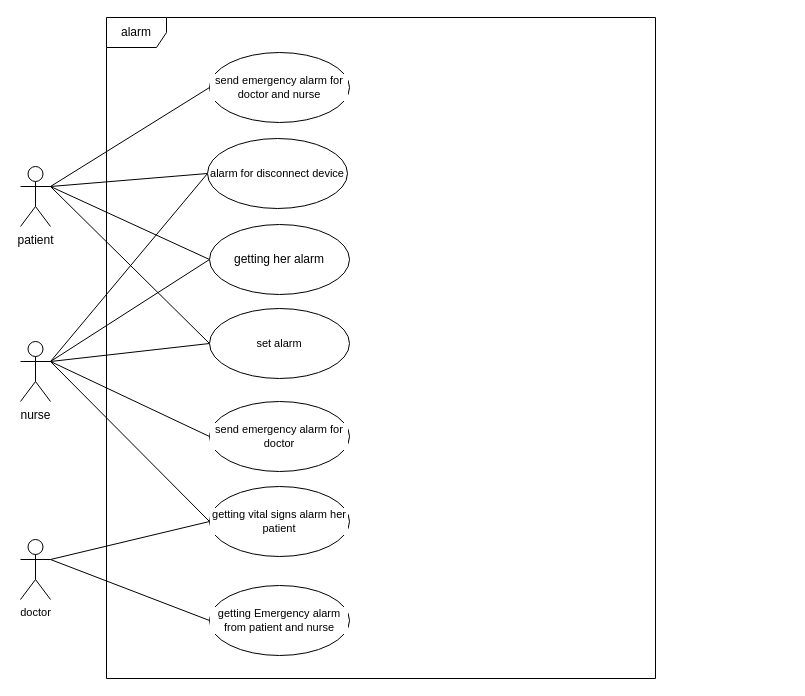
Above: USECASE/alarm.drawio in SalehAskari/telemedicine (draw.io), before the change. Source tidied: cells renumbered, new cells numbered last; positions are measured from the earlier drawing's top-left corner, leaving out a move shared by most shapes. Both pictures are drawn from the tidied source at 100%, with x=0, y=0 at pixel (20, 17).
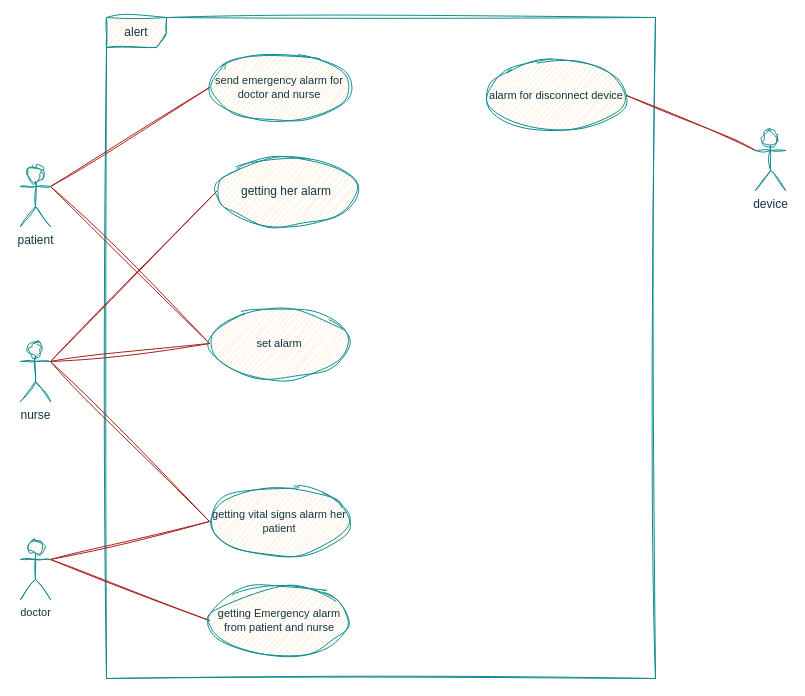
The same diagram, later.

What changed in the source:
```diff
@@
-    <mxCell id="2" value="alarm" style="shape=umlFrame;whiteSpace=wrap;html=1;" parent="1" vertex="1">
+    <mxCell id="2" value="alert" style="shape=umlFrame;whiteSpace=wrap;html=1;labelBackgroundColor=none;fillColor=#FAE5C7;strokeColor=#0F8B8D;fontColor=#143642;sketch=1;curveFitting=1;jiggle=2;" parent="1" vertex="1">
       <mxGeometry x="86" width="549" height="661" as="geometry" />
     </mxCell>
-    <mxCell id="3" style="edgeStyle=none;shape=connector;rounded=0;jettySize=auto;html=1;exitX=1;exitY=0.3333333333333333;exitDx=0;exitDy=0;exitPerimeter=0;entryX=0;entryY=0.5;entryDx=0;entryDy=0;strokeColor=default;align=center;verticalAlign=middle;fontFamily=Helvetica;fontSize=11;fontColor=default;labelBackgroundColor=default;startFill=0;endArrow=none;" parent="1" edge="1" source="8" target="14">
+    <mxCell id="3" style="edgeStyle=none;shape=connector;rounded=0;jettySize=auto;html=1;exitX=1;exitY=0.3333333333333333;exitDx=0;exitDy=0;exitPerimeter=0;entryX=0;entryY=0.5;entryDx=0;entryDy=0;strokeColor=#A8201A;align=center;verticalAlign=middle;fontFamily=Helvetica;fontSize=11;fontColor=default;labelBackgroundColor=none;startFill=0;endArrow=none;sketch=1;curveFitting=1;jiggle=2;" parent="1" edge="1" source="8" target="14">
       <mxGeometry relative="1" as="geometry" />
     </mxCell>
-    <mxCell id="4" style="edgeStyle=none;shape=connector;rounded=0;jettySize=auto;html=1;exitX=1;exitY=0.3333333333333333;exitDx=0;exitDy=0;exitPerimeter=0;entryX=0;entryY=0.5;entryDx=0;entryDy=0;strokeColor=default;align=center;verticalAlign=middle;fontFamily=Helvetica;fontSize=11;fontColor=default;labelBackgroundColor=default;startFill=0;endArrow=none;" parent="1" edge="1" source="8" target="15">
+    <mxCell id="4" style="edgeStyle=none;shape=connector;rounded=0;jettySize=auto;html=1;exitX=1;exitY=0.3333333333333333;exitDx=0;exitDy=0;exitPerimeter=0;entryX=0;entryY=0.5;entryDx=0;entryDy=0;strokeColor=#A8201A;align=center;verticalAlign=middle;fontFamily=Helvetica;fontSize=11;fontColor=default;labelBackgroundColor=none;startFill=0;endArrow=none;sketch=1;curveFitting=1;jiggle=2;" parent="1" edge="1" source="8" target="15">
       <mxGeometry relative="1" as="geometry" />
     </mxCell>
-    <mxCell id="5" style="edgeStyle=none;shape=connector;rounded=0;jettySize=auto;html=1;exitX=1;exitY=0.3333333333333333;exitDx=0;exitDy=0;exitPerimeter=0;entryX=0;entryY=0.5;entryDx=0;entryDy=0;strokeColor=default;align=center;verticalAlign=middle;fontFamily=Helvetica;fontSize=11;fontColor=default;labelBackgroundColor=default;startFill=0;endArrow=none;" parent="1" edge="1" source="8" target="21">
-      <mxGeometry relative="1" as="geometry" />
-    </mxCell>
-    <mxCell id="6" style="edgeStyle=none;shape=connector;rounded=0;jettySize=auto;html=1;exitX=1;exitY=0.3333333333333333;exitDx=0;exitDy=0;exitPerimeter=0;entryX=0;entryY=0.5;entryDx=0;entryDy=0;strokeColor=default;align=center;verticalAlign=middle;fontFamily=Helvetica;fontSize=11;fontColor=default;labelBackgroundColor=default;startFill=0;endArrow=none;" parent="1" edge="1" source="8" target="19">
+    <mxCell id="6" style="edgeStyle=none;shape=connector;rounded=0;jettySize=auto;html=1;exitX=1;exitY=0.3333333333333333;exitDx=0;exitDy=0;exitPerimeter=0;entryX=0;entryY=0.5;entryDx=0;entryDy=0;strokeColor=#A8201A;align=center;verticalAlign=middle;fontFamily=Helvetica;fontSize=11;fontColor=default;labelBackgroundColor=none;startFill=0;endArrow=none;sketch=1;curveFitting=1;jiggle=2;" parent="1" edge="1" source="8" target="19">
       <mxGeometry relative="1" as="geometry" />
     </mxCell>
-    <mxCell id="7" style="edgeStyle=none;shape=connector;rounded=0;jettySize=auto;html=1;exitX=1;exitY=0.3333333333333333;exitDx=0;exitDy=0;exitPerimeter=0;entryX=0;entryY=0.5;entryDx=0;entryDy=0;strokeColor=default;align=center;verticalAlign=middle;fontFamily=Helvetica;fontSize=11;fontColor=default;labelBackgroundColor=default;startFill=0;endArrow=none;" parent="1" edge="1" source="8" target="23">
-      <mxGeometry relative="1" as="geometry" />
-    </mxCell>
-    <mxCell id="8" value="nurse" style="shape=umlActor;verticalLabelPosition=bottom;verticalAlign=top;html=1;" parent="1" vertex="1">
+    <mxCell id="8" value="nurse" style="shape=umlActor;verticalLabelPosition=bottom;verticalAlign=top;html=1;labelBackgroundColor=none;fillColor=#FAE5C7;strokeColor=#0F8B8D;fontColor=#143642;sketch=1;curveFitting=1;jiggle=2;" parent="1" vertex="1">
       <mxGeometry y="324" width="30" height="60" as="geometry" />
     </mxCell>
-    <mxCell id="9" style="rounded=0;jettySize=auto;html=1;exitX=1;exitY=0.3333333333333333;exitDx=0;exitDy=0;exitPerimeter=0;entryX=0;entryY=0.5;entryDx=0;entryDy=0;endArrow=none;startFill=0;" parent="1" edge="1" source="13" target="14">
-      <mxGeometry relative="1" as="geometry" />
-    </mxCell>
-    <mxCell id="10" style="edgeStyle=none;shape=connector;rounded=0;jettySize=auto;html=1;exitX=1;exitY=0.3333333333333333;exitDx=0;exitDy=0;exitPerimeter=0;entryX=0;entryY=0.5;entryDx=0;entryDy=0;strokeColor=default;align=center;verticalAlign=middle;fontFamily=Helvetica;fontSize=11;fontColor=default;labelBackgroundColor=default;startFill=0;endArrow=none;" parent="1" edge="1" source="13" target="15">
+    <mxCell id="10" style="edgeStyle=none;shape=connector;rounded=0;jettySize=auto;html=1;exitX=1;exitY=0.3333333333333333;exitDx=0;exitDy=0;exitPerimeter=0;entryX=0;entryY=0.5;entryDx=0;entryDy=0;strokeColor=#A8201A;align=center;verticalAlign=middle;fontFamily=Helvetica;fontSize=11;fontColor=default;labelBackgroundColor=none;startFill=0;endArrow=none;sketch=1;curveFitting=1;jiggle=2;" parent="1" edge="1" source="13" target="15">
       <mxGeometry relative="1" as="geometry" />
     </mxCell>
-    <mxCell id="11" style="edgeStyle=none;shape=connector;rounded=0;jettySize=auto;html=1;exitX=1;exitY=0.3333333333333333;exitDx=0;exitDy=0;exitPerimeter=0;entryX=0;entryY=0.5;entryDx=0;entryDy=0;strokeColor=default;align=center;verticalAlign=middle;fontFamily=Helvetica;fontSize=11;fontColor=default;labelBackgroundColor=default;startFill=0;endArrow=none;" parent="1" edge="1" source="13" target="22">
+    <mxCell id="11" style="edgeStyle=none;shape=connector;rounded=0;jettySize=auto;html=1;exitX=1;exitY=0.3333333333333333;exitDx=0;exitDy=0;exitPerimeter=0;entryX=0;entryY=0.5;entryDx=0;entryDy=0;strokeColor=#A8201A;align=center;verticalAlign=middle;fontFamily=Helvetica;fontSize=11;fontColor=default;labelBackgroundColor=none;startFill=0;endArrow=none;sketch=1;curveFitting=1;jiggle=2;" parent="1" edge="1" source="13" target="22">
       <mxGeometry relative="1" as="geometry" />
     </mxCell>
-    <mxCell id="12" style="edgeStyle=none;shape=connector;rounded=0;jettySize=auto;html=1;exitX=1;exitY=0.3333333333333333;exitDx=0;exitDy=0;exitPerimeter=0;entryX=0;entryY=0.5;entryDx=0;entryDy=0;strokeColor=default;align=center;verticalAlign=middle;fontFamily=Helvetica;fontSize=11;fontColor=default;labelBackgroundColor=default;startFill=0;endArrow=none;" parent="1" edge="1" source="13" target="23">
-      <mxGeometry relative="1" as="geometry" />
-    </mxCell>
-    <mxCell id="13" value="patient" style="shape=umlActor;verticalLabelPosition=bottom;verticalAlign=top;html=1;" parent="1" vertex="1">
+    <mxCell id="13" value="patient" style="shape=umlActor;verticalLabelPosition=bottom;verticalAlign=top;html=1;labelBackgroundColor=none;fillColor=#FAE5C7;strokeColor=#0F8B8D;fontColor=#143642;sketch=1;curveFitting=1;jiggle=2;" parent="1" vertex="1">
       <mxGeometry y="149" width="30" height="60" as="geometry" />
     </mxCell>
-    <mxCell id="14" value="getting her alarm" style="ellipse;whiteSpace=wrap;html=1;" parent="1" vertex="1">
-      <mxGeometry x="189" y="207" width="140" height="70" as="geometry" />
+    <mxCell id="14" value="getting her alarm" style="ellipse;whiteSpace=wrap;html=1;labelBackgroundColor=none;fillColor=#FAE5C7;strokeColor=#0F8B8D;fontColor=#143642;sketch=1;curveFitting=1;jiggle=2;" parent="1" vertex="1">
+      <mxGeometry x="196" y="139" width="140" height="70" as="geometry" />
     </mxCell>
-    <mxCell id="15" value="set alarm" style="ellipse;whiteSpace=wrap;html=1;fontFamily=Helvetica;fontSize=11;fontColor=default;labelBackgroundColor=default;" parent="1" vertex="1">
+    <mxCell id="15" value="set alarm" style="ellipse;whiteSpace=wrap;html=1;fontFamily=Helvetica;fontSize=11;fontColor=#143642;labelBackgroundColor=none;fillColor=#FAE5C7;strokeColor=#0F8B8D;sketch=1;curveFitting=1;jiggle=2;" parent="1" vertex="1">
       <mxGeometry x="189" y="291" width="140" height="70" as="geometry" />
     </mxCell>
-    <mxCell id="16" style="edgeStyle=none;shape=connector;rounded=0;jettySize=auto;html=1;exitX=1;exitY=0.3333333333333333;exitDx=0;exitDy=0;exitPerimeter=0;entryX=0;entryY=0.5;entryDx=0;entryDy=0;strokeColor=default;align=center;verticalAlign=middle;fontFamily=Helvetica;fontSize=11;fontColor=default;labelBackgroundColor=default;startFill=0;endArrow=none;" parent="1" edge="1" source="18" target="19">
+    <mxCell id="16" style="edgeStyle=none;shape=connector;rounded=0;jettySize=auto;html=1;exitX=1;exitY=0.3333333333333333;exitDx=0;exitDy=0;exitPerimeter=0;entryX=0;entryY=0.5;entryDx=0;entryDy=0;strokeColor=#A8201A;align=center;verticalAlign=middle;fontFamily=Helvetica;fontSize=11;fontColor=default;labelBackgroundColor=none;startFill=0;endArrow=none;sketch=1;curveFitting=1;jiggle=2;" parent="1" edge="1" source="18" target="19">
       <mxGeometry relative="1" as="geometry" />
     </mxCell>
-    <mxCell id="17" style="edgeStyle=none;shape=connector;rounded=0;jettySize=auto;html=1;exitX=1;exitY=0.3333333333333333;exitDx=0;exitDy=0;exitPerimeter=0;entryX=0;entryY=0.5;entryDx=0;entryDy=0;strokeColor=default;align=center;verticalAlign=middle;fontFamily=Helvetica;fontSize=11;fontColor=default;labelBackgroundColor=default;startFill=0;endArrow=none;" parent="1" edge="1" source="18" target="20">
+    <mxCell id="17" style="edgeStyle=none;shape=connector;rounded=0;jettySize=auto;html=1;exitX=1;exitY=0.3333333333333333;exitDx=0;exitDy=0;exitPerimeter=0;entryX=0;entryY=0.5;entryDx=0;entryDy=0;strokeColor=#A8201A;align=center;verticalAlign=middle;fontFamily=Helvetica;fontSize=11;fontColor=default;labelBackgroundColor=none;startFill=0;endArrow=none;sketch=1;curveFitting=1;jiggle=2;" parent="1" edge="1" source="18" target="20">
       <mxGeometry relative="1" as="geometry" />
     </mxCell>
-    <mxCell id="18" value="doctor" style="shape=umlActor;verticalLabelPosition=bottom;verticalAlign=top;html=1;fontFamily=Helvetica;fontSize=11;fontColor=default;labelBackgroundColor=default;" parent="1" vertex="1">
+    <mxCell id="18" value="doctor" style="shape=umlActor;verticalLabelPosition=bottom;verticalAlign=top;html=1;fontFamily=Helvetica;fontSize=11;fontColor=#143642;labelBackgroundColor=none;fillColor=#FAE5C7;strokeColor=#0F8B8D;sketch=1;curveFitting=1;jiggle=2;" parent="1" vertex="1">
       <mxGeometry y="522" width="30" height="60" as="geometry" />
     </mxCell>
-    <mxCell id="19" value="getting vital signs alarm her patient" style="ellipse;whiteSpace=wrap;html=1;fontFamily=Helvetica;fontSize=11;fontColor=default;labelBackgroundColor=default;" parent="1" vertex="1">
+    <mxCell id="19" value="getting vital signs alarm her patient" style="ellipse;whiteSpace=wrap;html=1;fontFamily=Helvetica;fontSize=11;fontColor=#143642;labelBackgroundColor=none;fillColor=#FAE5C7;strokeColor=#0F8B8D;sketch=1;curveFitting=1;jiggle=2;" parent="1" vertex="1">
       <mxGeometry x="189" y="469" width="140" height="70" as="geometry" />
     </mxCell>
-    <mxCell id="20" value="getting&amp;nbsp;Emergency alarm from patient and nurse" style="ellipse;whiteSpace=wrap;html=1;fontFamily=Helvetica;fontSize=11;fontColor=default;labelBackgroundColor=default;" parent="1" vertex="1">
+    <mxCell id="20" value="getting&amp;nbsp;Emergency alarm from patient and nurse" style="ellipse;whiteSpace=wrap;html=1;fontFamily=Helvetica;fontSize=11;fontColor=#143642;labelBackgroundColor=none;fillColor=#FAE5C7;strokeColor=#0F8B8D;sketch=1;curveFitting=1;jiggle=2;" parent="1" vertex="1">
       <mxGeometry x="189" y="568" width="140" height="70" as="geometry" />
     </mxCell>
-    <mxCell id="21" value="send emergency alarm for doctor" style="ellipse;whiteSpace=wrap;html=1;fontFamily=Helvetica;fontSize=11;fontColor=default;labelBackgroundColor=default;" parent="1" vertex="1">
-      <mxGeometry x="189" y="384" width="140" height="70" as="geometry" />
-    </mxCell>
-    <mxCell id="22" value="send emergency alarm for doctor and nurse" style="ellipse;whiteSpace=wrap;html=1;fontFamily=Helvetica;fontSize=11;fontColor=default;labelBackgroundColor=default;" parent="1" vertex="1">
+    <mxCell id="22" value="send emergency alarm for doctor and nurse" style="ellipse;whiteSpace=wrap;html=1;fontFamily=Helvetica;fontSize=11;fontColor=#143642;labelBackgroundColor=none;fillColor=#FAE5C7;strokeColor=#0F8B8D;sketch=1;curveFitting=1;jiggle=2;" parent="1" vertex="1">
       <mxGeometry x="189" y="35" width="140" height="70" as="geometry" />
     </mxCell>
-    <mxCell id="23" value="alarm for disconnect device" style="ellipse;whiteSpace=wrap;html=1;fontFamily=Helvetica;fontSize=11;fontColor=default;labelBackgroundColor=default;" parent="1" vertex="1">
-      <mxGeometry x="187" y="121" width="140" height="70" as="geometry" />
+    <mxCell id="23" value="alarm for disconnect device" style="ellipse;whiteSpace=wrap;html=1;fontFamily=Helvetica;fontSize=11;fontColor=#143642;labelBackgroundColor=none;fillColor=#FAE5C7;strokeColor=#0F8B8D;sketch=1;curveFitting=1;jiggle=2;" parent="1" vertex="1">
+      <mxGeometry x="466" y="43" width="140" height="70" as="geometry" />
     </mxCell>
+    <mxCell id="24" style="edgeStyle=none;shape=connector;rounded=0;jettySize=auto;html=1;exitX=0;exitY=0.3333333333333333;exitDx=0;exitDy=0;exitPerimeter=0;entryX=1;entryY=0.5;entryDx=0;entryDy=0;strokeColor=#A8201A;align=center;verticalAlign=middle;fontFamily=Helvetica;fontSize=11;fontColor=default;labelBackgroundColor=none;startFill=0;endArrow=none;sketch=1;curveFitting=1;jiggle=2;" parent="1" edge="1" source="25" target="23">
+      <mxGeometry relative="1" as="geometry" />
+    </mxCell>
+    <mxCell id="25" value="device" style="shape=umlActor;verticalLabelPosition=bottom;verticalAlign=top;html=1;sketch=1;curveFitting=1;jiggle=2;labelBackgroundColor=none;fillColor=#FAE5C7;strokeColor=#0F8B8D;fontColor=#143642;" parent="1" vertex="1">
+      <mxGeometry x="735" y="113" width="30" height="60" as="geometry" />
+    </mxCell>
```
